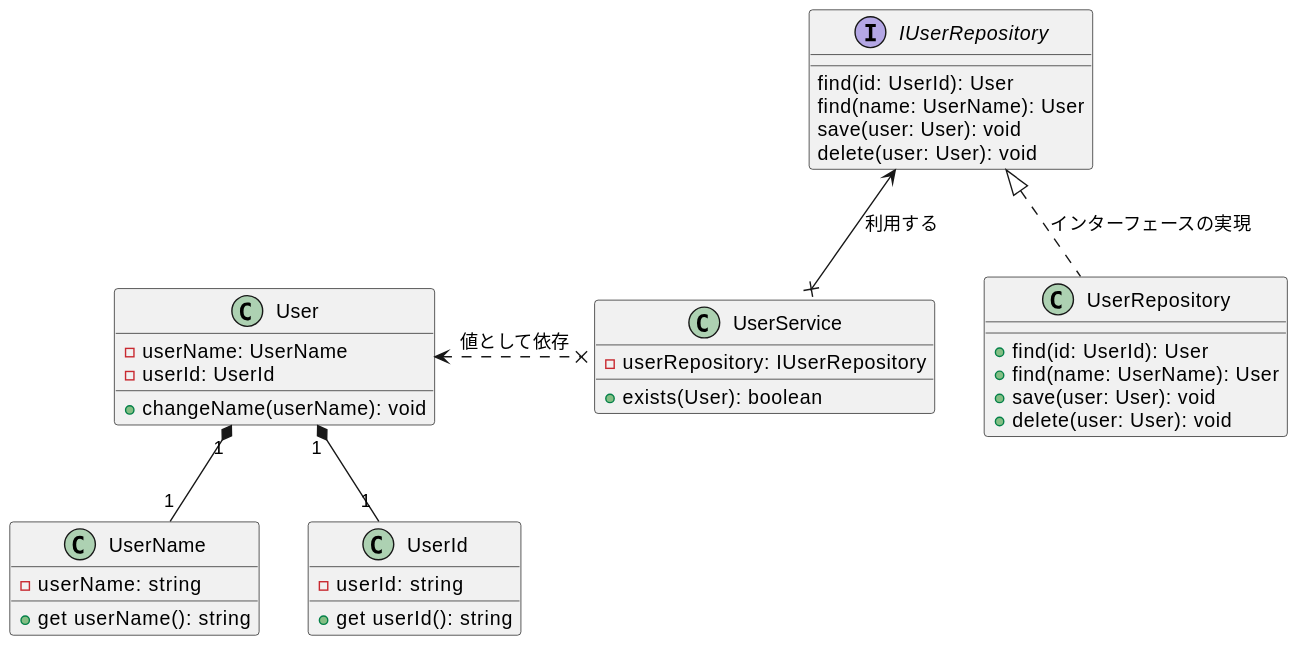
Yuki-TU/ddd keeps this PlantUML diagram as diagrams/ch06-usecase.svg. Above is the earlier version.
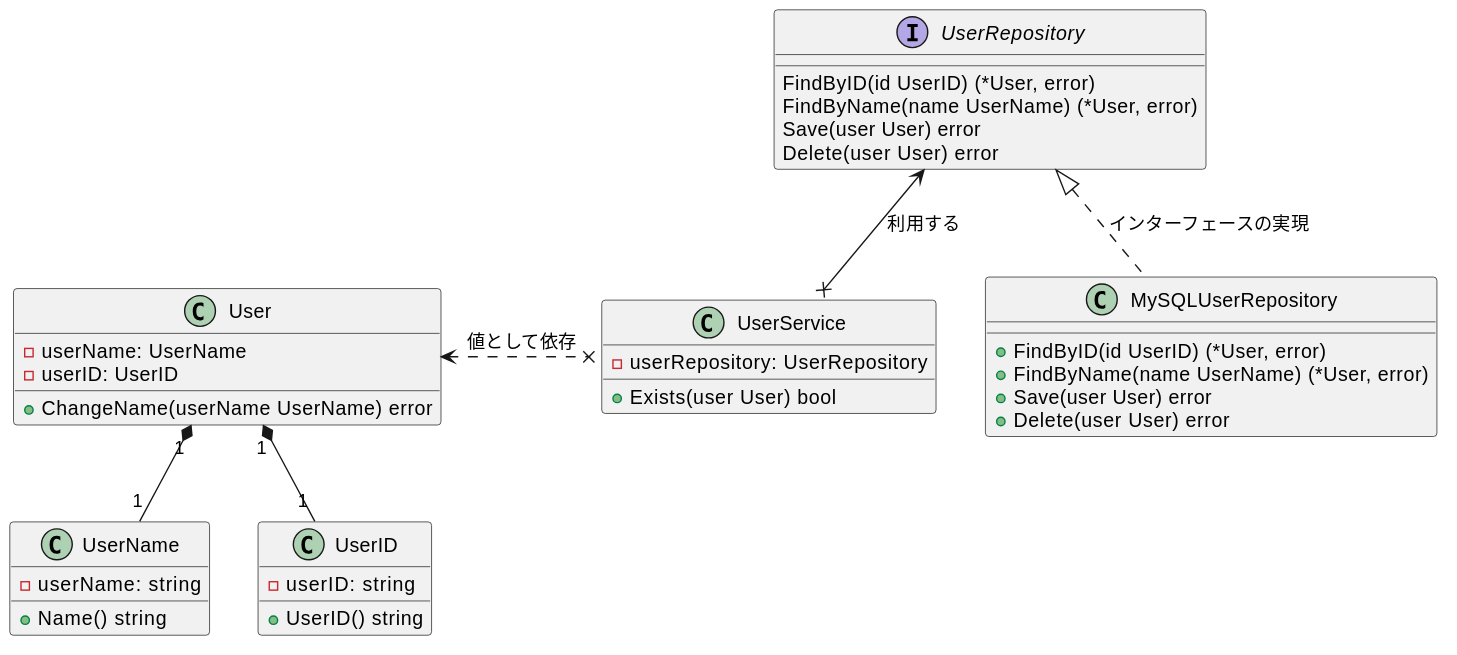
Later version of the same file.

Diff of the diagram source:
```diff
@@ -1,39 +1,39 @@
 @startuml
 User "1" *-- "1" UserName
-User "1" *-- "1" UserId
+User "1" *-- "1" UserID
 User <.x UserService: 値として依存
-IUserRepository <|.. UserRepository: インターフェースの実現
-IUserRepository <--x UserService: 利用する
+UserRepository <|.. MySQLUserRepository: インターフェースの実現
+UserRepository <--x UserService: 利用する
 
-interface IUserRepository {
-  find(id: UserId): User
-  find(name: UserName): User
-  save(user: User): void
-  delete(user: User): void
+interface UserRepository {
+  FindByID(id UserID) (*User, error)
+  FindByName(name UserName) (*User, error)
+  Save(user User) error
+  Delete(user User) error
 }
 
-class UserRepository {
-  + find(id: UserId): User
-  + find(name: UserName): User
-  + save(user: User): void
-  + delete(user: User): void
+class MySQLUserRepository {
+  + FindByID(id UserID) (*User, error)
+  + FindByName(name UserName) (*User, error)
+  + Save(user User) error
+  + Delete(user User) error
 }
 
 class UserService {
-  - userRepository: IUserRepository
-  + exists(User): boolean
+  - userRepository: UserRepository
+  + Exists(user User) bool
 }
 class UserName {
   - userName: string
-  + get userName(): string
+  + Name() string
 }
-class UserId {
-  - userId: string
-  + get userId(): string
+class UserID {
+  - userID: string
+  + UserID() string
 }
 class User {
   - userName: UserName
-  - userId: UserId
-  + changeName(userName): void
+  - userID: UserID
+  + ChangeName(userName UserName) error
 }
 @enduml
```
